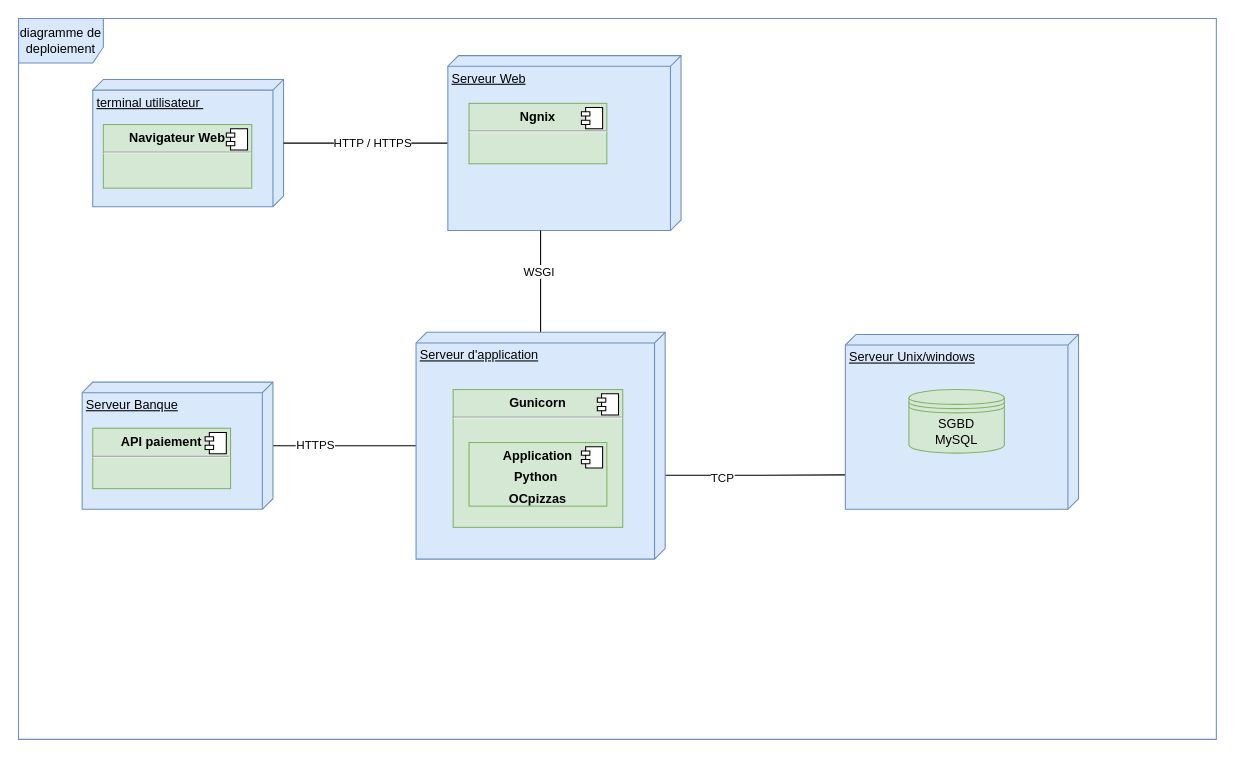
jbbaillet85/OCpizzas keeps this draw.io diagram as documentation/Diagramme deploiement OCpizzas.drawio. Above is the earlier version. Source tidied: cells renumbered, new cells numbered last; positions are measured from the earlier drawing's top-left corner, leaving out a move shared by most shapes. Both pictures are drawn from the tidied source at 106%, with x=0, y=0 at pixel (18, 18).
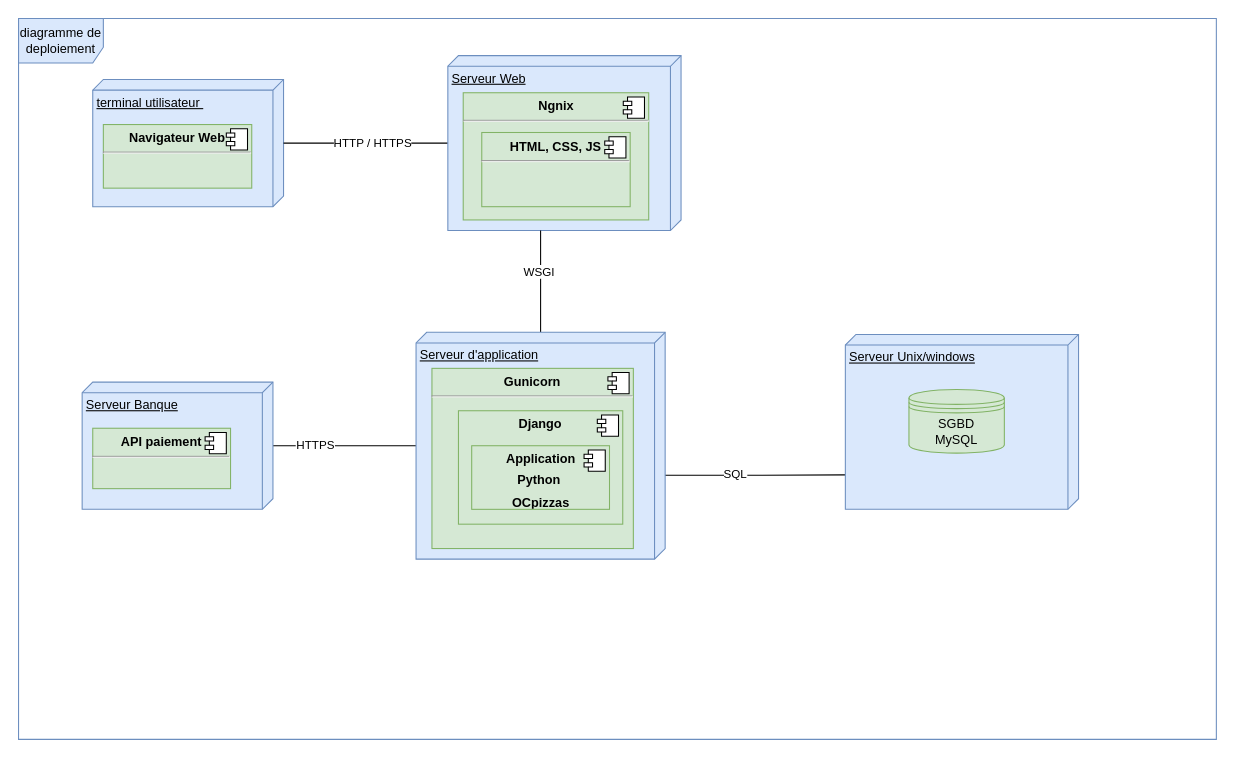
The same page after the edit.

Commit message (it also covers changes not shown here):
diagrame de classe V2

The change refers to these unchanged cells:
```xml
<mxCell id="4" style="edgeStyle=orthogonalEdgeStyle;rounded=0;jettySize=auto;html=1;entryX=0.803;entryY=1;entryDx=0;entryDy=0;entryPerimeter=0;endArrow=none;endFill=0;exitX=0.63;exitY=0.018;exitDx=0;exitDy=0;exitPerimeter=0;" parent="1" edge="1" source="20" target="8">
  <mxGeometry relative="1" as="geometry" />
</mxCell>
```

What changed in the source:
```diff
@@
-    <mxCell id="5" value="TCP" style="edgeLabel;html=1;align=center;verticalAlign=middle;" parent="4" vertex="1">
-      <mxGeometry x="-0.34" y="-3" relative="1" as="geometry" />
-    </mxCell>
+    <mxCell id="27" value="SQL" style="edgeLabel;html=1;align=center;verticalAlign=middle;" parent="4" vertex="1">
+      <mxGeometry x="-0.22" y="1" relative="1" as="geometry">
+        <mxPoint x="2" as="offset" />
+      </mxGeometry>
+    </mxCell>
@@
     <mxCell id="21" value="&lt;p style=&quot;margin: 0px ; margin-top: 6px ; text-align: center&quot;&gt;&lt;b&gt;Gunicorn&lt;/b&gt;&lt;/p&gt;&lt;hr&gt;&lt;p style=&quot;margin: 0px ; margin-left: 8px&quot;&gt;&lt;br&gt;&lt;/p&gt;" style="align=left;overflow=fill;html=1;fillColor=#d5e8d4;strokeColor=#82b366;" parent="1" vertex="1">
-      <mxGeometry x="410" y="350" width="160" height="130" as="geometry" />
+      <mxGeometry x="390" y="330" width="190" height="170" as="geometry" />
     </mxCell>
@@
     <mxCell id="23" value="&lt;p style=&quot;margin: 0px ; margin-top: 6px ; text-align: center&quot;&gt;&lt;b&gt;Ngnix&lt;/b&gt;&lt;/p&gt;&lt;hr&gt;&lt;p style=&quot;margin: 0px ; margin-left: 8px&quot;&gt;&lt;br&gt;&lt;/p&gt;" style="align=left;overflow=fill;html=1;fillColor=#d5e8d4;strokeColor=#82b366;" parent="1" vertex="1">
-      <mxGeometry x="425" y="80" width="130" height="57" as="geometry" />
+      <mxGeometry x="419.5" y="70" width="175" height="120" as="geometry" />
     </mxCell>
@@
+    <mxCell id="28" value="&lt;p style=&quot;margin: 0px ; margin-top: 6px ; text-align: center&quot;&gt;&lt;b&gt;HTML, CSS, JS&lt;/b&gt;&lt;/p&gt;&lt;hr&gt;&lt;p style=&quot;margin: 0px ; margin-left: 8px&quot;&gt;&lt;br&gt;&lt;/p&gt;" style="align=left;overflow=fill;html=1;fillColor=#d5e8d4;strokeColor=#82b366;" parent="1" vertex="1">
+      <mxGeometry x="437" y="107.5" width="140" height="70" as="geometry" />
+    </mxCell>
+    <mxCell id="29" style="shape=component;jettyWidth=8;jettyHeight=4;" parent="28" vertex="1">
+      <mxGeometry x="1" width="20" height="20" relative="1" as="geometry">
+        <mxPoint x="-24" y="4" as="offset" />
+      </mxGeometry>
+    </mxCell>
+    <mxCell id="30" value="&lt;p style=&quot;margin: 0px ; margin-top: 6px ; text-align: center&quot;&gt;&lt;b&gt;Django&lt;/b&gt;&lt;/p&gt;" style="align=left;overflow=fill;html=1;fillColor=#d5e8d4;strokeColor=#82b366;" parent="1" vertex="1">
+      <mxGeometry x="415" y="370" width="155" height="107" as="geometry" />
+    </mxCell>
+    <mxCell id="31" style="shape=component;jettyWidth=8;jettyHeight=4;" parent="30" vertex="1">
+      <mxGeometry x="1" width="20" height="20" relative="1" as="geometry">
+        <mxPoint x="-24" y="4" as="offset" />
+      </mxGeometry>
+    </mxCell>
     <mxCell id="25" value="&lt;p style=&quot;margin: 0px ; margin-top: 6px ; text-align: center&quot;&gt;&lt;b&gt;Application&lt;/b&gt;&lt;/p&gt;&lt;p style=&quot;margin: 0px ; margin-top: 6px ; text-align: center&quot;&gt;&lt;b&gt;Python&amp;nbsp;&lt;/b&gt;&lt;/p&gt;&lt;p style=&quot;margin: 0px ; margin-top: 6px ; text-align: center&quot;&gt;&lt;b&gt;OCpizzas&lt;/b&gt;&lt;/p&gt;" style="align=left;overflow=fill;html=1;fillColor=#d5e8d4;strokeColor=#82b366;" parent="1" vertex="1">
-      <mxGeometry x="425" y="400" width="130" height="60" as="geometry" />
+      <mxGeometry x="427.5" y="403" width="130" height="60" as="geometry" />
     </mxCell>
```
